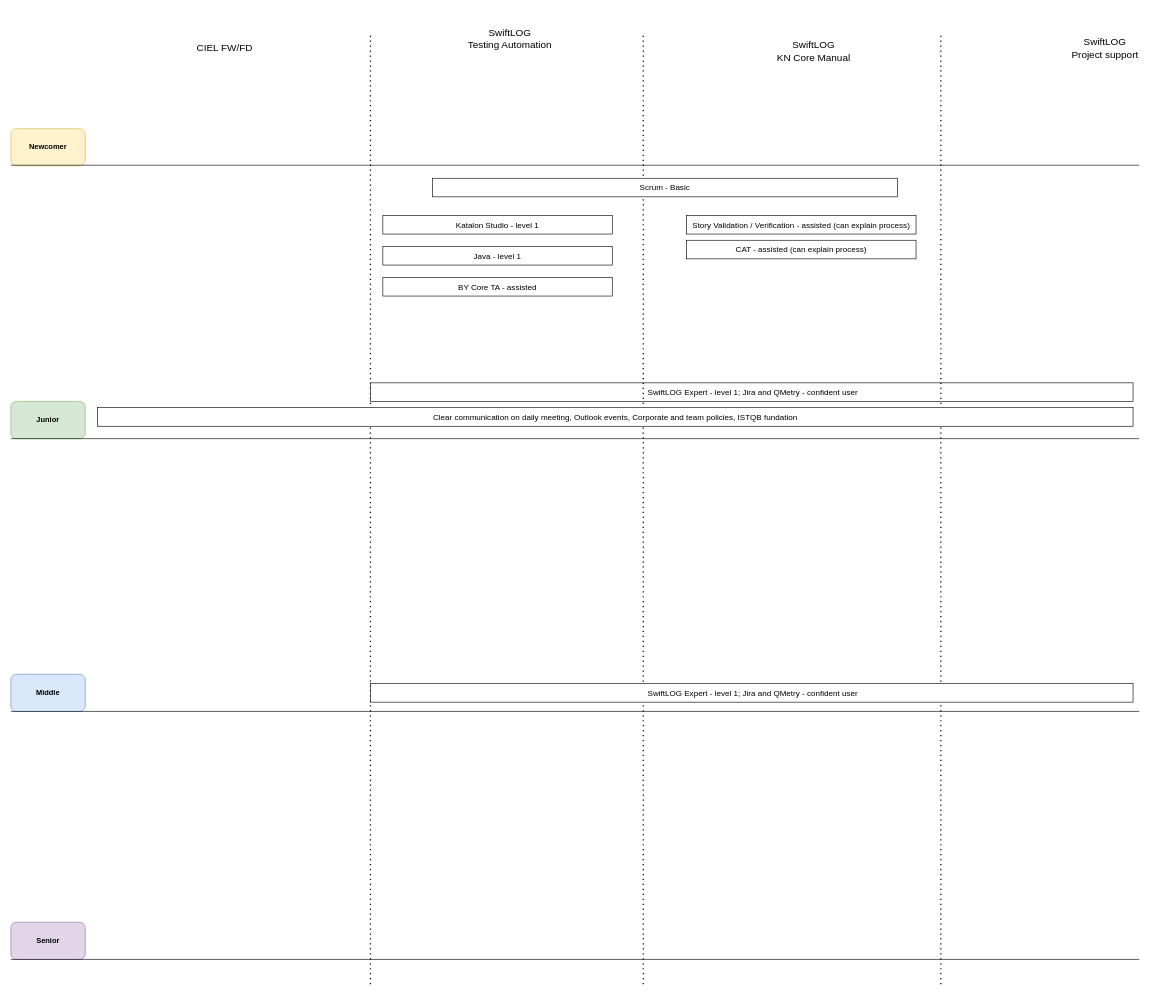
The draw.io diagram IQ Development.drawio in AndriiRatushnyi/Andrii.Ratushnyi, before the edit. Source tidied: cells renumbered, new cells numbered last; positions are measured from the earlier drawing's top-left corner, leaving out a move shared by most shapes. Both pictures are drawn from the tidied source at 62%, with x=0, y=0 at pixel (11, 11).
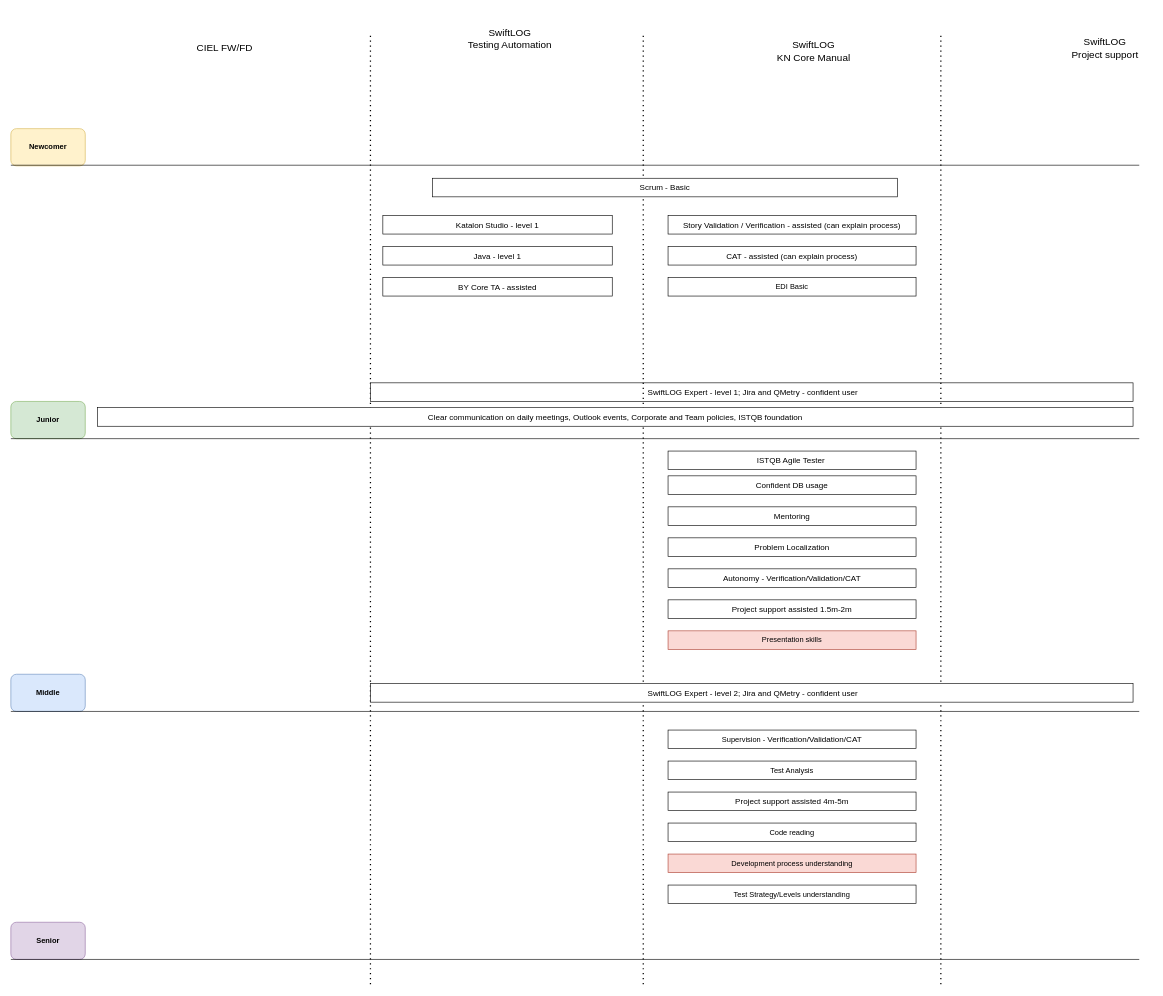
The same diagram, later.

Change to the diagram source:
```diff
@@
     <mxCell id="19" value="Story Validation / Verification - assisted (can explain process)" style="rounded=0;whiteSpace=wrap;html=1;fontSize=13;" parent="1" vertex="1">
-      <mxGeometry x="1090" y="330" width="370" height="30" as="geometry" />
+      <mxGeometry x="1060" y="330" width="400" height="30" as="geometry" />
     </mxCell>
     <mxCell id="20" value="CAT - assisted (can explain process)" style="rounded=0;whiteSpace=wrap;html=1;fontSize=13;" parent="1" vertex="1">
-      <mxGeometry x="1090" y="370" width="370" height="30" as="geometry" />
+      <mxGeometry x="1060" y="380" width="400" height="30" as="geometry" />
     </mxCell>
-    <mxCell id="21" value="Clear communication on daily meeting, Outlook events, Corporate and team policies, ISTQB fundation " style="rounded=0;whiteSpace=wrap;html=1;fontSize=13;" parent="1" vertex="1">
+    <mxCell id="21" value="Clear communication on daily meetings, Outlook events, Corporate and Team policies, ISTQB foundation " style="rounded=0;whiteSpace=wrap;html=1;fontSize=13;" parent="1" vertex="1">
       <mxGeometry x="140" y="640" width="1670" height="30" as="geometry" />
     </mxCell>
@@
-    <mxCell id="25" value="&amp;nbsp;SwiftLOG Expert - level 1; Jira and QMetry - confident user " style="rounded=0;whiteSpace=wrap;html=1;fontSize=13;" parent="1" vertex="1">
+    <mxCell id="25" value="&amp;nbsp;SwiftLOG Expert - level 2; Jira and QMetry - confident user " style="rounded=0;whiteSpace=wrap;html=1;fontSize=13;" parent="1" vertex="1">
       <mxGeometry x="580" y="1085" width="1230" height="30" as="geometry" />
     </mxCell>
+    <mxCell id="26" value="EDI Basic" style="rounded=0;whiteSpace=wrap;html=1;" parent="1" vertex="1">
+      <mxGeometry x="1060" y="430" width="400" height="30" as="geometry" />
+    </mxCell>
+    <mxCell id="27" value="ISTQB Agile Tester&amp;nbsp;" style="rounded=0;whiteSpace=wrap;html=1;fontSize=13;" parent="1" vertex="1">
+      <mxGeometry x="1060" y="710" width="400" height="30" as="geometry" />
+    </mxCell>
+    <mxCell id="28" value="Confident DB usage" style="rounded=0;whiteSpace=wrap;html=1;fontSize=13;" parent="1" vertex="1">
+      <mxGeometry x="1060" y="750" width="400" height="30" as="geometry" />
+    </mxCell>
+    <mxCell id="29" value="Mentoring" style="rounded=0;whiteSpace=wrap;html=1;fontSize=13;" parent="1" vertex="1">
+      <mxGeometry x="1060" y="800" width="400" height="30" as="geometry" />
+    </mxCell>
+    <mxCell id="30" value="Problem Localization" style="rounded=0;whiteSpace=wrap;html=1;fontSize=13;" parent="1" vertex="1">
+      <mxGeometry x="1060" y="850" width="400" height="30" as="geometry" />
+    </mxCell>
+    <mxCell id="31" value="Autonomy - Verification/Validation/CAT" style="rounded=0;whiteSpace=wrap;html=1;fontSize=13;" parent="1" vertex="1">
+      <mxGeometry x="1060" y="900" width="400" height="30" as="geometry" />
+    </mxCell>
+    <mxCell id="32" value="Project support assisted 1.5m-2m" style="rounded=0;whiteSpace=wrap;html=1;fontSize=13;" parent="1" vertex="1">
+      <mxGeometry x="1060" y="950" width="400" height="30" as="geometry" />
+    </mxCell>
+    <mxCell id="33" value="Presentation skills" style="rounded=0;whiteSpace=wrap;html=1;fillColor=#fad9d5;strokeColor=#ae4132;" parent="1" vertex="1">
+      <mxGeometry x="1060" y="1000" width="400" height="30" as="geometry" />
+    </mxCell>
+    <mxCell id="34" value="Supervision -&amp;nbsp;&lt;span style=&quot;font-size: 13px&quot;&gt;Verification/Validation/CAT&lt;/span&gt;" style="rounded=0;whiteSpace=wrap;html=1;" parent="1" vertex="1">
+      <mxGeometry x="1060" y="1160" width="400" height="30" as="geometry" />
+    </mxCell>
+    <mxCell id="35" value="Test Analysis" style="rounded=0;whiteSpace=wrap;html=1;" parent="1" vertex="1">
+      <mxGeometry x="1060" y="1210" width="400" height="30" as="geometry" />
+    </mxCell>
+    <mxCell id="36" value="Project support assisted 4m-5m" style="rounded=0;whiteSpace=wrap;html=1;fontSize=13;" parent="1" vertex="1">
+      <mxGeometry x="1060" y="1260" width="400" height="30" as="geometry" />
+    </mxCell>
+    <mxCell id="37" value="Test Strategy/Levels understanding" style="rounded=0;whiteSpace=wrap;html=1;" parent="1" vertex="1">
+      <mxGeometry x="1060" y="1410" width="400" height="30" as="geometry" />
+    </mxCell>
+    <mxCell id="38" value="Code reading" style="rounded=0;whiteSpace=wrap;html=1;" parent="1" vertex="1">
+      <mxGeometry x="1060" y="1310" width="400" height="30" as="geometry" />
+    </mxCell>
+    <mxCell id="39" value="Development process understanding" style="rounded=0;whiteSpace=wrap;html=1;fillColor=#fad9d5;strokeColor=#ae4132;" parent="1" vertex="1">
+      <mxGeometry x="1060" y="1360" width="400" height="30" as="geometry" />
+    </mxCell>
```
